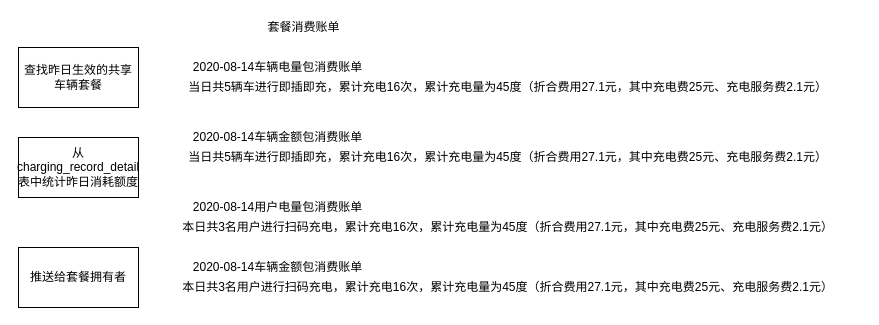
Earlier version of the draw.io diagram 套餐每日账单推送.drawio (csccoder/draw.io). Source tidied: cells renumbered, new cells numbered last; positions are measured from the earlier drawing's top-left corner, leaving out a move shared by most shapes. Both pictures are drawn from the tidied source at 100%, with x=0, y=0 at pixel (18, 17).
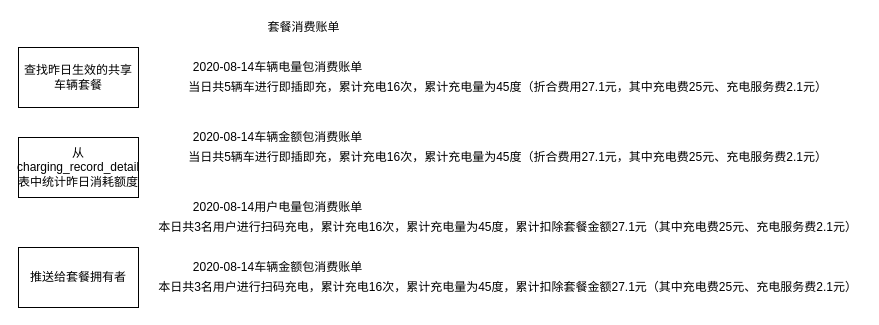
Above is the later version.

Commit message:
更新套餐每日账单推送.drawio

Change to the diagram source:
```diff
@@
 <mxGraphModel>
   <root>
     <mxCell id="0" />
     <mxCell id="1" parent="0" />
     <mxCell id="2" value="查找昨日生效的共享车辆套餐" style="rounded=0;whiteSpace=wrap;html=1;" parent="1" vertex="1">
       <mxGeometry y="30" width="120" height="60" as="geometry" />
     </mxCell>
     <mxCell id="3" value="从charging_record_detail表中统计昨日消耗额度" style="rounded=0;whiteSpace=wrap;html=1;" parent="1" vertex="1">
       <mxGeometry y="120" width="120" height="60" as="geometry" />
     </mxCell>
     <mxCell id="4" value="推送给套餐拥有者" style="rounded=0;whiteSpace=wrap;html=1;" parent="1" vertex="1">
       <mxGeometry y="230" width="120" height="60" as="geometry" />
     </mxCell>
     <mxCell id="5" value="套餐消费账单" style="text;html=1;align=center;verticalAlign=middle;" parent="1" vertex="1">
       <mxGeometry x="240" width="90" height="20" as="geometry" />
     </mxCell>
     <mxCell id="6" value="2020-08-14车辆电量包消费账单" style="text;html=1;align=center;verticalAlign=middle;" parent="1" vertex="1">
       <mxGeometry x="164" y="40" width="190" height="20" as="geometry" />
     </mxCell>
     <mxCell id="7" value="当日共5辆车进行即插即充，累计充电16次，累计充电量为45度（折合费用27.1元，其中充电费25元、充电服务费2.1元）" style="text;html=1;align=center;verticalAlign=middle;" parent="1" vertex="1">
       <mxGeometry x="164" y="60" width="650" height="20" as="geometry" />
     </mxCell>
     <mxCell id="8" value="2020-08-14车辆金额包消费账单" style="text;html=1;align=center;verticalAlign=middle;" parent="1" vertex="1">
       <mxGeometry x="164" y="110" width="190" height="20" as="geometry" />
     </mxCell>
     <mxCell id="9" value="当日共5辆车进行即插即充，累计充电16次，累计充电量为45度（折合费用27.1元，其中充电费25元、充电服务费2.1元）" style="text;html=1;align=center;verticalAlign=middle;" parent="1" vertex="1">
       <mxGeometry x="164" y="130" width="650" height="20" as="geometry" />
     </mxCell>
     <mxCell id="10" value="2020-08-14用户电量包消费账单" style="text;html=1;align=center;verticalAlign=middle;" parent="1" vertex="1">
       <mxGeometry x="164" y="180" width="190" height="20" as="geometry" />
     </mxCell>
-    <mxCell id="11" value="本日共3名用户进行扫码充电，累计充电16次，累计充电量为45度（折合费用27.1元，其中充电费25元、充电服务费2.1元）" style="text;html=1;align=center;verticalAlign=middle;" parent="1" vertex="1">
-      <mxGeometry x="154" y="200" width="670" height="20" as="geometry" />
+    <mxCell id="11" value="本日共3名用户进行扫码充电，累计充电16次，累计充电量为45度，累计扣除套餐金额27.1元（其中充电费25元、充电服务费2.1元）" style="text;html=1;align=center;verticalAlign=middle;" parent="1" vertex="1">
+      <mxGeometry x="134" y="200" width="710" height="20" as="geometry" />
     </mxCell>
     <mxCell id="12" value="2020-08-14车辆金额包消费账单" style="text;html=1;align=center;verticalAlign=middle;" parent="1" vertex="1">
       <mxGeometry x="164" y="240" width="190" height="20" as="geometry" />
     </mxCell>
-    <mxCell id="13" value="本日共3名用户进行扫码充电，累计充电16次，累计充电量为45度（折合费用27.1元，其中充电费25元、充电服务费2.1元）" style="text;html=1;align=center;verticalAlign=middle;" parent="1" vertex="1">
-      <mxGeometry x="154" y="260" width="670" height="20" as="geometry" />
+    <mxCell id="13" value="本日共3名用户进行扫码充电，累计充电16次，累计充电量为45度，累计扣除套餐金额27.1元（其中充电费25元、充电服务费2.1元）" style="text;html=1;align=center;verticalAlign=middle;" parent="1" vertex="1">
+      <mxGeometry x="134" y="260" width="710" height="20" as="geometry" />
     </mxCell>
   </root>
 </mxGraphModel>
```
